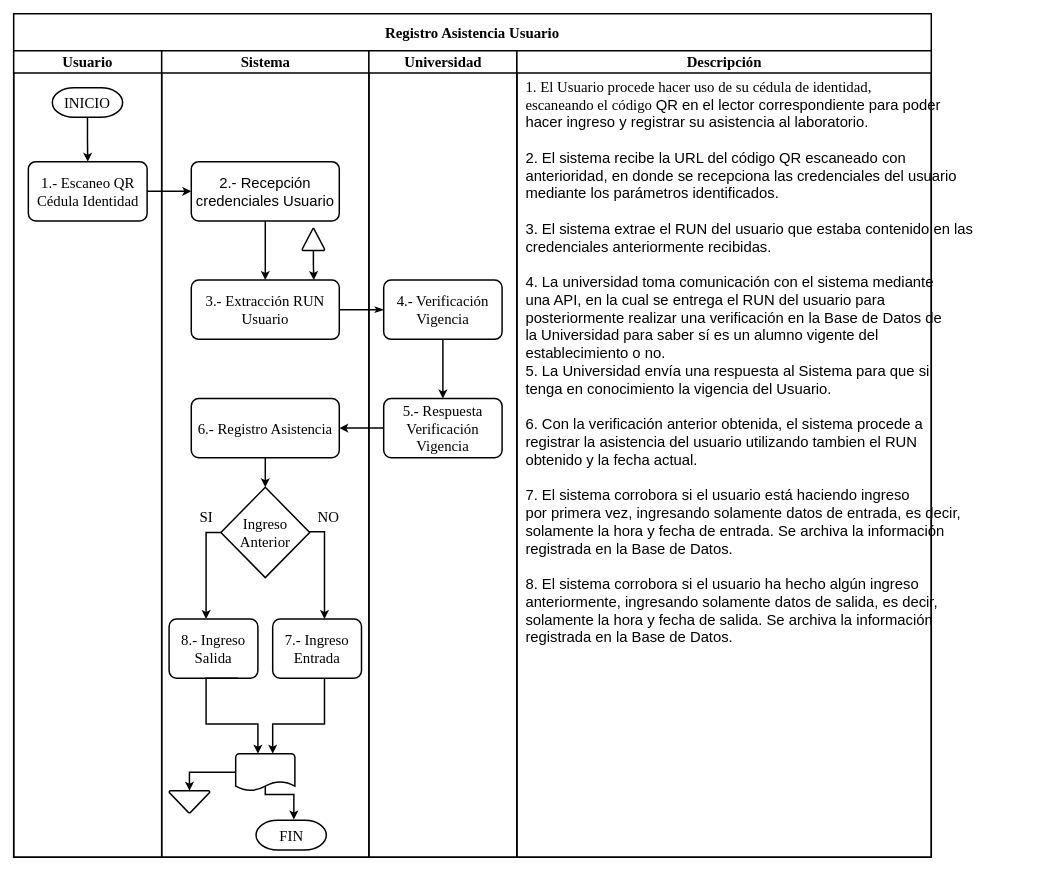
Earlier version of the draw.io diagram page "Procedo Administrativo" (3 of 3) of Informes/Informe1/img/TS-SI.drawio (CIMUBB/Asistencia-CIMUBB). Source tidied: cells renumbered, new cells numbered last; positions are measured from the earlier drawing's top-left corner, leaving out a move shared by most shapes. Both pictures are drawn from the tidied source at 74%, with x=0, y=0 at pixel (13, 13).
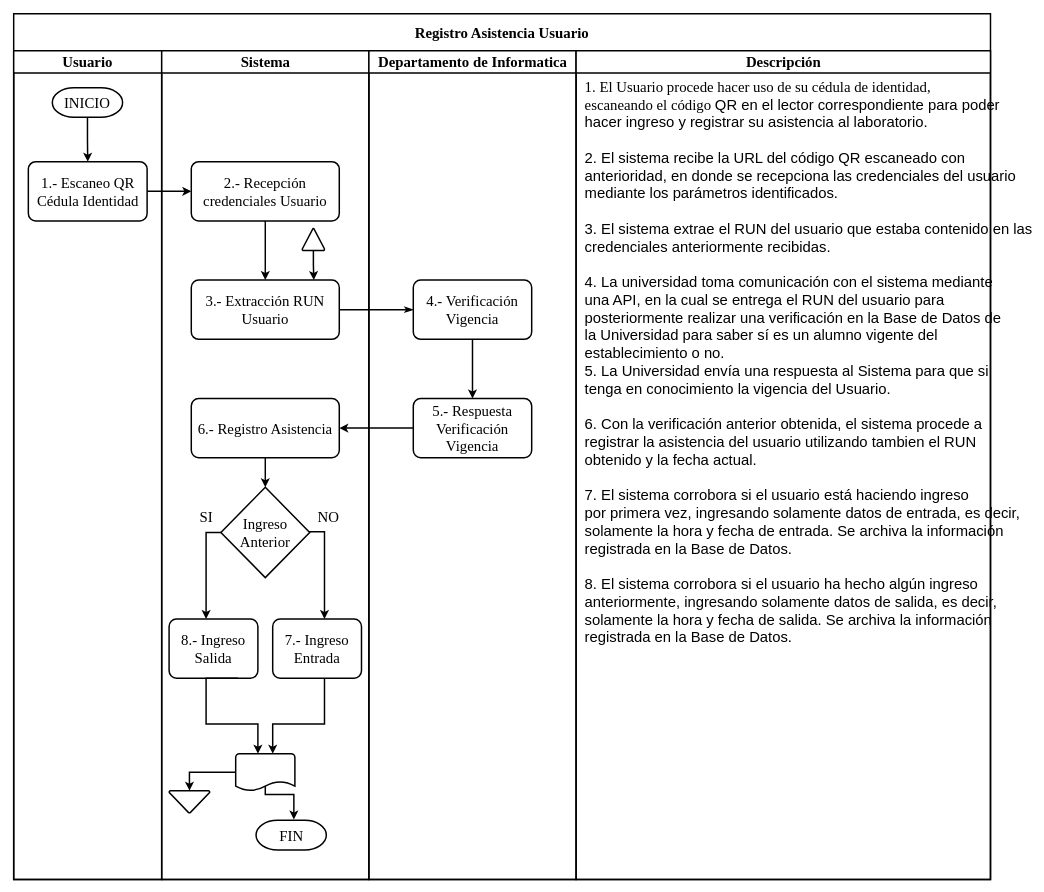
The same page after the edit.

Diff of the diagram source:
```diff
@@
     <mxCell id="2" value="&lt;font style=&quot;font-size: 20px;&quot; face=&quot;Times New Roman&quot;&gt;Registro Asistencia Usuario&lt;/font&gt;" style="swimlane;html=1;startSize=50;whiteSpace=wrap;strokeWidth=2;" parent="1" vertex="1">
-      <mxGeometry width="1240" height="1140" as="geometry" />
+      <mxGeometry width="1320" height="1170" as="geometry" />
     </mxCell>
     <mxCell id="3" value="&lt;font style=&quot;font-size: 20px;&quot; face=&quot;Times New Roman&quot;&gt;Usuario&lt;/font&gt;" style="swimlane;startSize=30;whiteSpace=wrap;html=1;strokeWidth=2;" parent="2" vertex="1">
-      <mxGeometry y="50" width="200" height="1090" as="geometry" />
+      <mxGeometry y="50" width="200" height="1120" as="geometry" />
     </mxCell>
@@
     <mxCell id="7" value="&lt;font face=&quot;Times New Roman&quot; style=&quot;font-size: 20px;&quot;&gt;Sistema&lt;/font&gt;" style="swimlane;html=1;startSize=30;strokeWidth=2;" parent="2" vertex="1">
-      <mxGeometry x="200" y="50" width="280" height="1090" as="geometry" />
+      <mxGeometry x="200" y="50" width="280" height="1120" as="geometry" />
     </mxCell>
-    <mxCell id="8" value="&lt;font style=&quot;font-size: 20px;&quot;&gt;2.- Recepción credenciales Usuario&lt;/font&gt;" style="points=[[0.25,0,0],[0.5,0,0],[0.75,0,0],[1,0.25,0],[1,0.5,0],[1,0.75,0],[0.75,1,0],[0.5,1,0],[0.25,1,0],[0,0.75,0],[0,0.5,0],[0,0.25,0]];shape=mxgraph.bpmn.task;whiteSpace=wrap;rectStyle=rounded;size=10;html=1;taskMarker=abstract;strokeWidth=2;" parent="7" vertex="1">
+    <mxCell id="8" value="&lt;font face=&quot;Times New Roman&quot; style=&quot;font-size: 20px;&quot;&gt;2.- Recepción credenciales Usuario&lt;/font&gt;" style="points=[[0.25,0,0],[0.5,0,0],[0.75,0,0],[1,0.25,0],[1,0.5,0],[1,0.75,0],[0.75,1,0],[0.5,1,0],[0.25,1,0],[0,0.75,0],[0,0.5,0],[0,0.25,0]];shape=mxgraph.bpmn.task;whiteSpace=wrap;rectStyle=rounded;size=10;html=1;taskMarker=abstract;strokeWidth=2;" parent="7" vertex="1">
       <mxGeometry x="40" y="150" width="200" height="80" as="geometry" />
     </mxCell>
@@
-    <mxCell id="29" value="&lt;font face=&quot;Times New Roman&quot; style=&quot;font-size: 20px;&quot;&gt;Universidad&lt;/font&gt;" style="swimlane;html=1;startSize=30;strokeWidth=2;" parent="2" vertex="1">
-      <mxGeometry x="480" y="50" width="200" height="1090" as="geometry" />
+    <mxCell id="29" value="&lt;font face=&quot;Times New Roman&quot; style=&quot;font-size: 20px;&quot;&gt;Departamento de Informatica&lt;/font&gt;" style="swimlane;html=1;startSize=30;strokeWidth=2;" parent="2" vertex="1">
+      <mxGeometry x="480" y="50" width="280" height="1120" as="geometry" />
     </mxCell>
@@
     <mxCell id="31" value="&lt;font face=&quot;Times New Roman&quot; style=&quot;font-size: 20px;&quot;&gt;4.- Verificación Vigencia&lt;/font&gt;" style="points=[[0.25,0,0],[0.5,0,0],[0.75,0,0],[1,0.25,0],[1,0.5,0],[1,0.75,0],[0.75,1,0],[0.5,1,0],[0.25,1,0],[0,0.75,0],[0,0.5,0],[0,0.25,0]];shape=mxgraph.bpmn.task;whiteSpace=wrap;rectStyle=rounded;size=10;html=1;taskMarker=abstract;strokeWidth=2;" parent="29" vertex="1">
-      <mxGeometry x="20" y="310" width="160" height="80" as="geometry" />
+      <mxGeometry x="60" y="310" width="160" height="80" as="geometry" />
     </mxCell>
     <mxCell id="32" value="&lt;font face=&quot;Times New Roman&quot; style=&quot;font-size: 20px;&quot;&gt;5.- Respuesta Verificación Vigencia&lt;/font&gt;" style="points=[[0.25,0,0],[0.5,0,0],[0.75,0,0],[1,0.25,0],[1,0.5,0],[1,0.75,0],[0.75,1,0],[0.5,1,0],[0.25,1,0],[0,0.75,0],[0,0.5,0],[0,0.25,0]];shape=mxgraph.bpmn.task;whiteSpace=wrap;rectStyle=rounded;size=10;html=1;taskMarker=abstract;strokeWidth=2;" parent="29" vertex="1">
-      <mxGeometry x="20" y="470" width="160" height="80" as="geometry" />
+      <mxGeometry x="60" y="470" width="160" height="80" as="geometry" />
     </mxCell>
@@
     <mxCell id="36" value="&lt;font style=&quot;font-size: 20px;&quot; face=&quot;Times New Roman&quot;&gt;Descripción&lt;/font&gt;" style="swimlane;html=1;startSize=30;strokeWidth=2;" parent="2" vertex="1">
-      <mxGeometry x="680" y="50" width="560" height="1090" as="geometry" />
+      <mxGeometry x="760" y="50" width="560" height="1120" as="geometry" />
     </mxCell>
```
